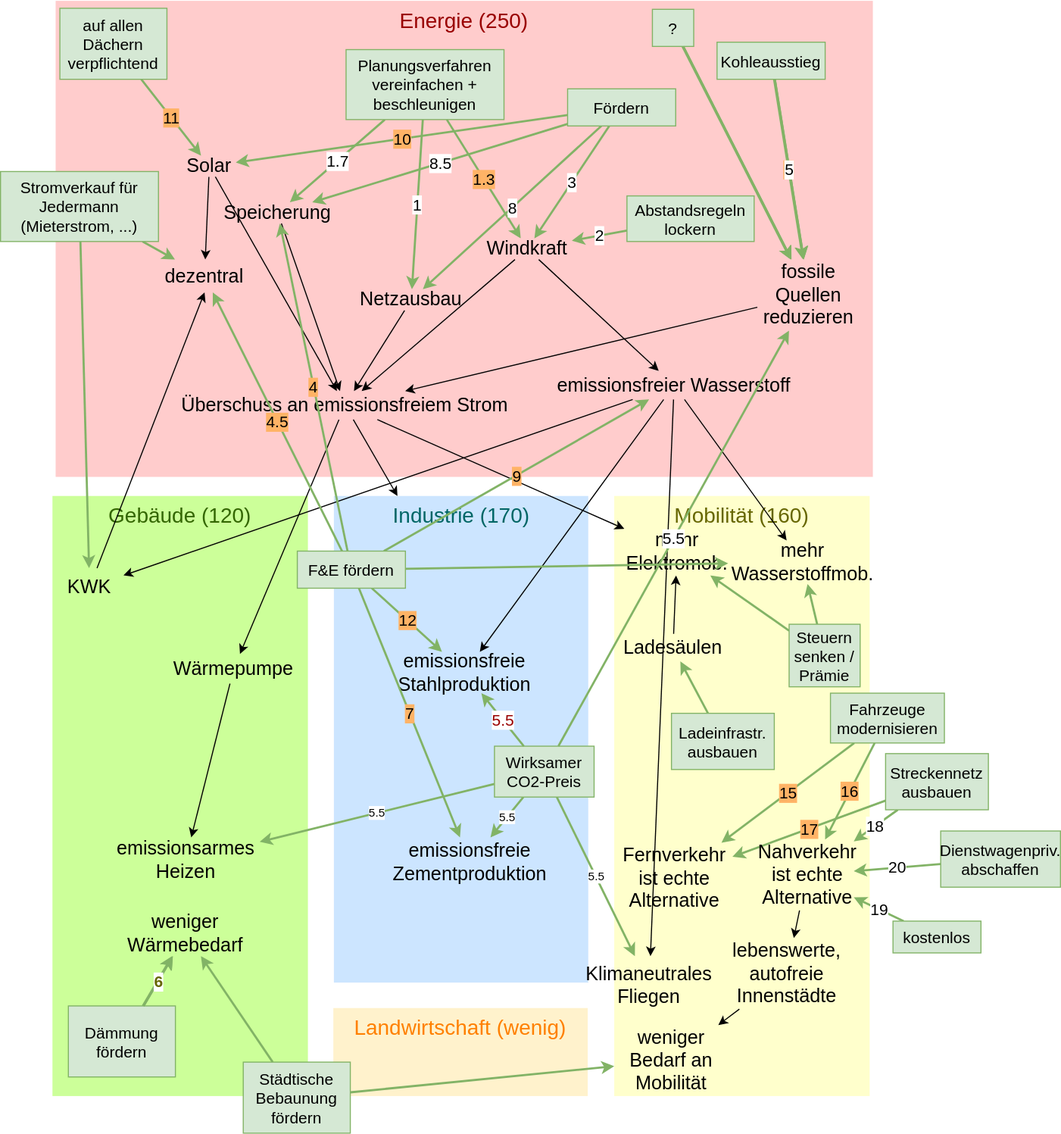
This is documents/happyPath.drawio.svg from neustartklima/ich-kann-klima, a draw.io export, as it was before one commit. Source tidied: cells renumbered, new cells last; positions are measured from the earlier drawing's top-left corner, leaving out a move shared by most shapes.
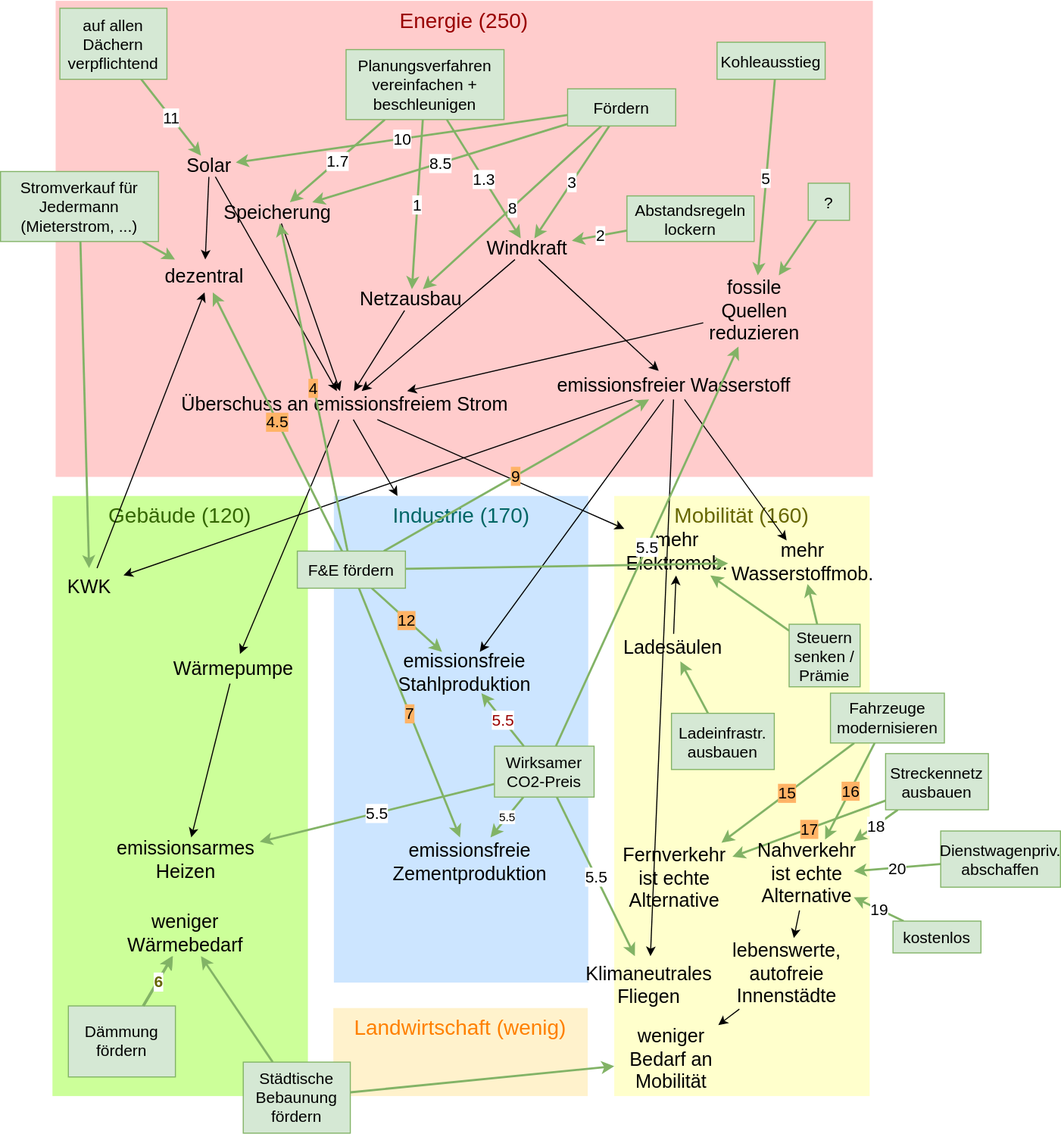
After the change.

What changed in the source:
```diff
@@ -59,7 +59,7 @@
     <mxCell id="20" value="Windkraft" style="text;html=1;strokeColor=none;fillColor=none;align=center;verticalAlign=middle;whiteSpace=wrap;rounded=0;fontSize=18;" parent="1" vertex="1">
       <mxGeometry x="455" y="224" width="84" height="20" as="geometry" />
     </mxCell>
-    <mxCell id="21" value="11" style="rounded=0;jettySize=auto;html=1;fontSize=15;strokeWidth=2;strokeColor=#82B366;labelBackgroundColor=#FFB366;fontStyle=0;" parent="1" edge="1" source="27" target="24">
+    <mxCell id="21" value="11" style="rounded=0;jettySize=auto;html=1;fontSize=15;strokeWidth=2;strokeColor=#82B366;labelBackgroundColor=#ffffff;fontStyle=0;" parent="1" edge="1" source="27" target="24">
       <mxGeometry relative="1" as="geometry" />
     </mxCell>
     <mxCell id="22" style="edgeStyle=none;rounded=0;jettySize=auto;html=1;fontSize=20;fontColor=#994C00;" parent="1" edge="1" source="24" target="7">
@@ -86,7 +86,7 @@
     <mxCell id="29" value="1.7" style="edgeStyle=none;rounded=0;jettySize=auto;html=1;fontSize=15;strokeWidth=2;strokeColor=#82B366;labelBackgroundColor=#ffffff;" parent="1" edge="1" source="31" target="26">
       <mxGeometry relative="1" as="geometry" />
     </mxCell>
-    <mxCell id="30" value="1.3" style="edgeStyle=none;rounded=0;jettySize=auto;html=1;fontSize=15;strokeColor=#82B366;strokeWidth=2;labelBackgroundColor=#FFB366;" parent="1" edge="1" source="31" target="20">
+    <mxCell id="30" value="1.3" style="edgeStyle=none;rounded=0;jettySize=auto;html=1;fontSize=15;strokeColor=#82B366;strokeWidth=2;labelBackgroundColor=#ffffff;" parent="1" edge="1" source="31" target="20">
       <mxGeometry relative="1" as="geometry" />
     </mxCell>
     <mxCell id="31" value="Planungsverfahren vereinfachen + beschleunigen" style="text;html=1;align=center;verticalAlign=middle;whiteSpace=wrap;rounded=0;fontSize=15;perimeterSpacing=0;fillColor=#d5e8d4;strokeColor=#82B366;" parent="1" vertex="1">
@@ -102,11 +102,8 @@
       <mxGeometry x="591" y="184" width="120" height="43" as="geometry" />
     </mxCell>
     <mxCell id="35" value="&lt;font style=&quot;font-size: 18px&quot;&gt;fossile Quellen&lt;br&gt;reduzieren&lt;br&gt;&lt;/font&gt;" style="rounded=0;whiteSpace=wrap;html=1;fontSize=18;strokeColor=none;fillColor=none;" parent="1" vertex="1">
-      <mxGeometry x="714" y="244" width="97" height="67" as="geometry" />
+      <mxGeometry x="663" y="259" width="97" height="67" as="geometry" />
     </mxCell>
-    <mxCell id="36" value="5" style="edgeStyle=none;rounded=0;jettySize=auto;html=1;fontSize=15;strokeColor=#82B366;strokeWidth=2;labelBackgroundColor=#FFB366;" parent="1" edge="1" source="37" target="35">
-      <mxGeometry relative="1" as="geometry" />
-    </mxCell>
     <mxCell id="37" value="Kohleausstieg" style="text;html=1;align=center;verticalAlign=middle;whiteSpace=wrap;rounded=0;fontSize=15;perimeterSpacing=0;fillColor=#d5e8d4;strokeColor=#82b366;" parent="1" vertex="1">
       <mxGeometry x="676" y="39" width="102" height="35" as="geometry" />
     </mxCell>
@@ -117,15 +114,15 @@
       <mxGeometry relative="1" as="geometry" />
     </mxCell>
     <mxCell id="40" value="?" style="text;html=1;align=center;verticalAlign=middle;whiteSpace=wrap;rounded=0;fontSize=15;perimeterSpacing=0;fillColor=#d5e8d4;strokeColor=#82b366;" parent="1" vertex="1">
-      <mxGeometry x="615" y="8" width="39" height="35" as="geometry" />
+      <mxGeometry x="762" y="172" width="39" height="35" as="geometry" />
     </mxCell>
     <mxCell id="41" value="5.5" style="edgeStyle=none;rounded=0;jettySize=auto;html=1;strokeWidth=2;strokeColor=#82B366;startArrow=none;" parent="1" edge="1" source="44" target="75">
       <mxGeometry relative="1" as="geometry" />
     </mxCell>
-    <mxCell id="42" value="5.5" style="edgeStyle=none;rounded=0;jettySize=auto;html=1;startArrow=none;startFill=0;endArrow=classic;endFill=1;strokeColor=#82B366;strokeWidth=2;" parent="1" edge="1" source="44" target="78">
+    <mxCell id="42" value="5.5" style="edgeStyle=none;rounded=0;jettySize=auto;html=1;startArrow=none;startFill=0;endArrow=classic;endFill=1;strokeColor=#82B366;strokeWidth=2;fontSize=15;" parent="1" edge="1" source="44" target="78">
       <mxGeometry relative="1" as="geometry" />
     </mxCell>
-    <mxCell id="43" value="5.5" style="rounded=0;jettySize=auto;html=1;strokeWidth=2;strokeColor=#82B366;" parent="1" edge="1" source="44" target="48">
+    <mxCell id="43" value="5.5" style="rounded=0;jettySize=auto;html=1;strokeWidth=2;strokeColor=#82B366;fontSize=15;" parent="1" edge="1" source="44" target="48">
       <mxGeometry relative="1" as="geometry" />
     </mxCell>
     <mxCell id="44" value="Wirksamer CO2-Preis" style="text;html=1;align=center;verticalAlign=middle;whiteSpace=wrap;rounded=0;fontSize=15;perimeterSpacing=0;fillColor=#d5e8d4;strokeColor=#82b366;" parent="1" vertex="1">
@@ -269,18 +266,6 @@
     <mxCell id="90" value="F&amp;amp;E fördern" style="text;html=1;align=center;verticalAlign=middle;whiteSpace=wrap;rounded=0;fontSize=15;perimeterSpacing=0;fillColor=#d5e8d4;strokeColor=#82b366;" parent="1" vertex="1">
       <mxGeometry x="280" y="519" width="102" height="35" as="geometry" />
     </mxCell>
-    <mxCell id="91" style="edgeStyle=none;rounded=0;orthogonalLoop=1;jettySize=auto;html=1;fontSize=15;strokeColor=#82B366;strokeWidth=2;labelBackgroundColor=#FFB366;" parent="1" edge="1">
-      <mxGeometry relative="1" as="geometry">
-        <mxPoint x="644.1" y="43" as="sourcePoint" />
-        <mxPoint x="746.2" y="244" as="targetPoint" />
-      </mxGeometry>
-    </mxCell>
-    <mxCell id="92" value="5" style="edgeStyle=none;rounded=0;orthogonalLoop=1;jettySize=auto;html=1;fontSize=15;strokeColor=#82B366;strokeWidth=2;labelBackgroundColor=#FFB366;" parent="1" edge="1">
-      <mxGeometry relative="1" as="geometry">
-        <mxPoint x="730.5" y="74" as="sourcePoint" />
-        <mxPoint x="757.8" y="244" as="targetPoint" />
-      </mxGeometry>
-    </mxCell>
     <mxCell id="93" style="edgeStyle=none;rounded=0;orthogonalLoop=1;jettySize=auto;html=1;fontSize=15;fontColor=#666600;strokeColor=#82B366;strokeWidth=2;" parent="1" edge="1">
       <mxGeometry relative="1" as="geometry">
         <mxPoint x="134.9" y="948" as="sourcePoint" />
@@ -290,7 +275,7 @@
     <mxCell id="94" value="8" style="edgeStyle=none;rounded=0;jettySize=auto;html=1;fontSize=15;strokeWidth=2;strokeColor=#82B366;labelBackgroundColor=#FFFFFF;labelBorderColor=none;spacing=2;spacingTop=4;spacingBottom=4;spacingLeft=4;spacingRight=4;fontStyle=0;" parent="1" edge="1" source="106" target="17">
       <mxGeometry relative="1" as="geometry" />
     </mxCell>
-    <mxCell id="95" value="10" style="edgeStyle=none;rounded=0;jettySize=auto;html=1;fontSize=15;strokeColor=#82B366;strokeWidth=2;labelBackgroundColor=#FFB366;labelBorderColor=none;spacing=2;spacingTop=4;spacingBottom=4;spacingLeft=4;spacingRight=4;fontStyle=0;" parent="1" edge="1" source="106" target="24">
+    <mxCell id="95" value="10" style="edgeStyle=none;rounded=0;jettySize=auto;html=1;fontSize=15;strokeColor=#82B366;strokeWidth=2;labelBackgroundColor=#ffffff;labelBorderColor=none;spacing=2;spacingTop=4;spacingBottom=4;spacingLeft=4;spacingRight=4;fontStyle=0;" parent="1" edge="1" source="106" target="24">
       <mxGeometry relative="1" as="geometry" />
     </mxCell>
     <mxCell id="96" value="3" style="edgeStyle=none;rounded=0;jettySize=auto;html=1;fontSize=15;strokeColor=#82B366;strokeWidth=2;labelBackgroundColor=#FFFFFF;labelBorderColor=none;spacing=2;spacingTop=4;spacingBottom=4;spacingLeft=4;spacingRight=4;fontStyle=0;" parent="1" edge="1" source="106" target="20">
@@ -299,16 +284,9 @@
     <mxCell id="97" value="2" style="edgeStyle=none;rounded=0;jettySize=auto;html=1;fontSize=15;strokeColor=#82B366;strokeWidth=2;labelBackgroundColor=#FFFFFF;labelBorderColor=none;spacing=2;spacingTop=4;spacingBottom=4;spacingLeft=4;spacingRight=4;fontStyle=0;" parent="1" edge="1" source="34" target="20">
       <mxGeometry relative="1" as="geometry" />
     </mxCell>
-    <mxCell id="98" style="edgeStyle=none;rounded=0;orthogonalLoop=1;jettySize=auto;html=1;fontSize=15;strokeColor=#82B366;strokeWidth=2;labelBackgroundColor=#FFB366;labelBorderColor=none;spacing=2;spacingTop=4;spacingBottom=4;spacingLeft=4;spacingRight=4;fontStyle=1;" parent="1" edge="1">
-      <mxGeometry relative="1" as="geometry">
-        <mxPoint x="644.1" y="43" as="sourcePoint" />
-        <mxPoint x="746.2" y="244" as="targetPoint" />
-      </mxGeometry>
-    </mxCell>
-    <mxCell id="99" value="5" style="edgeStyle=none;rounded=0;orthogonalLoop=1;jettySize=auto;html=1;fontSize=15;strokeColor=#82B366;strokeWidth=2;labelBackgroundColor=#FFFFFF;labelBorderColor=none;spacing=2;spacingTop=4;spacingBottom=4;spacingLeft=4;spacingRight=4;fontStyle=0;" parent="1" edge="1">
+    <mxCell id="99" value="5" style="edgeStyle=none;rounded=0;jettySize=auto;html=1;fontSize=15;strokeColor=#82B366;strokeWidth=2;labelBackgroundColor=#FFFFFF;labelBorderColor=none;spacing=2;spacingTop=4;spacingBottom=4;spacingLeft=4;spacingRight=4;fontStyle=0;" parent="1" edge="1" target="35">
       <mxGeometry relative="1" as="geometry">
         <mxPoint x="730.5" y="74" as="sourcePoint" />
-        <mxPoint x="757.8" y="244" as="targetPoint" />
       </mxGeometry>
     </mxCell>
     <mxCell id="100" value="6" style="edgeStyle=none;rounded=0;orthogonalLoop=1;jettySize=auto;html=1;fontSize=15;fontColor=#666600;strokeColor=#82B366;strokeWidth=2;labelBorderColor=none;spacing=2;spacingTop=4;spacingBottom=4;spacingLeft=4;spacingRight=4;fontStyle=1;" parent="1" edge="1">
```
